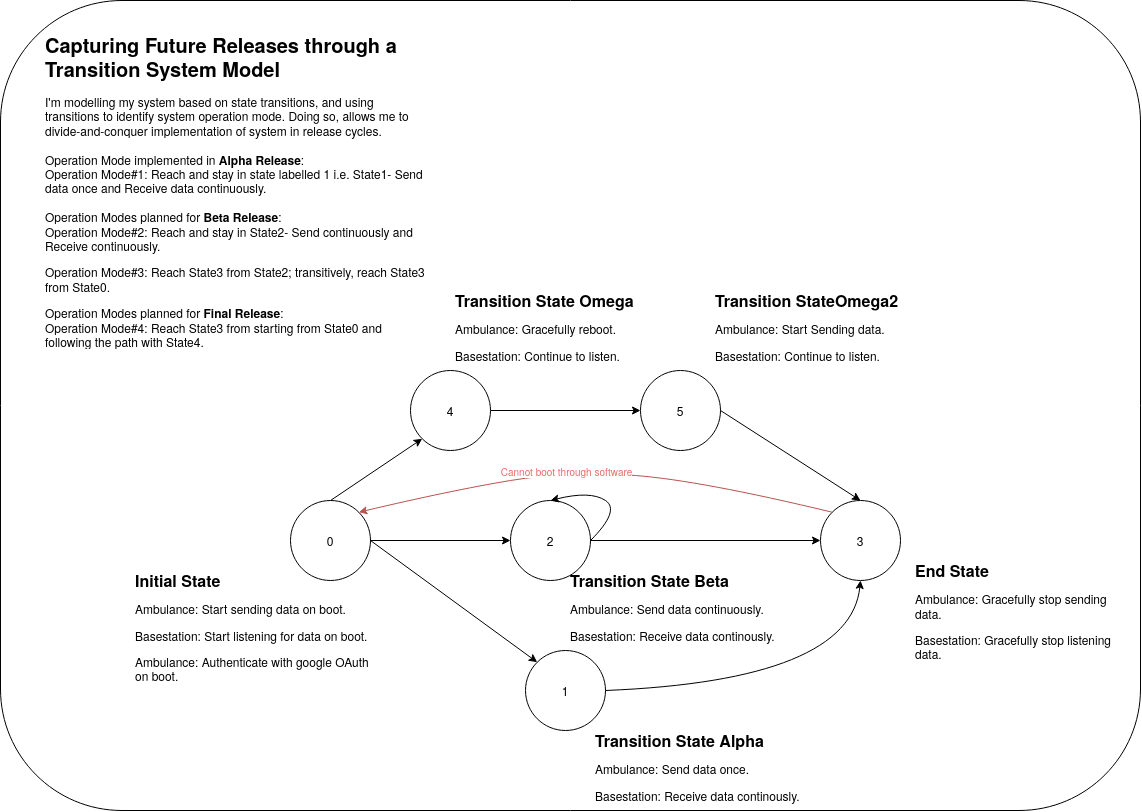
Earlier version of the draw.io export docs/gate4-systemhealthreporting/gate4_syshealth_images/im12.png (yoniblum/ENG4000-Team-A-F). Source tidied: cells renumbered, new cells last; positions are measured from the earlier drawing's top-left corner, leaving out a move shared by most shapes.
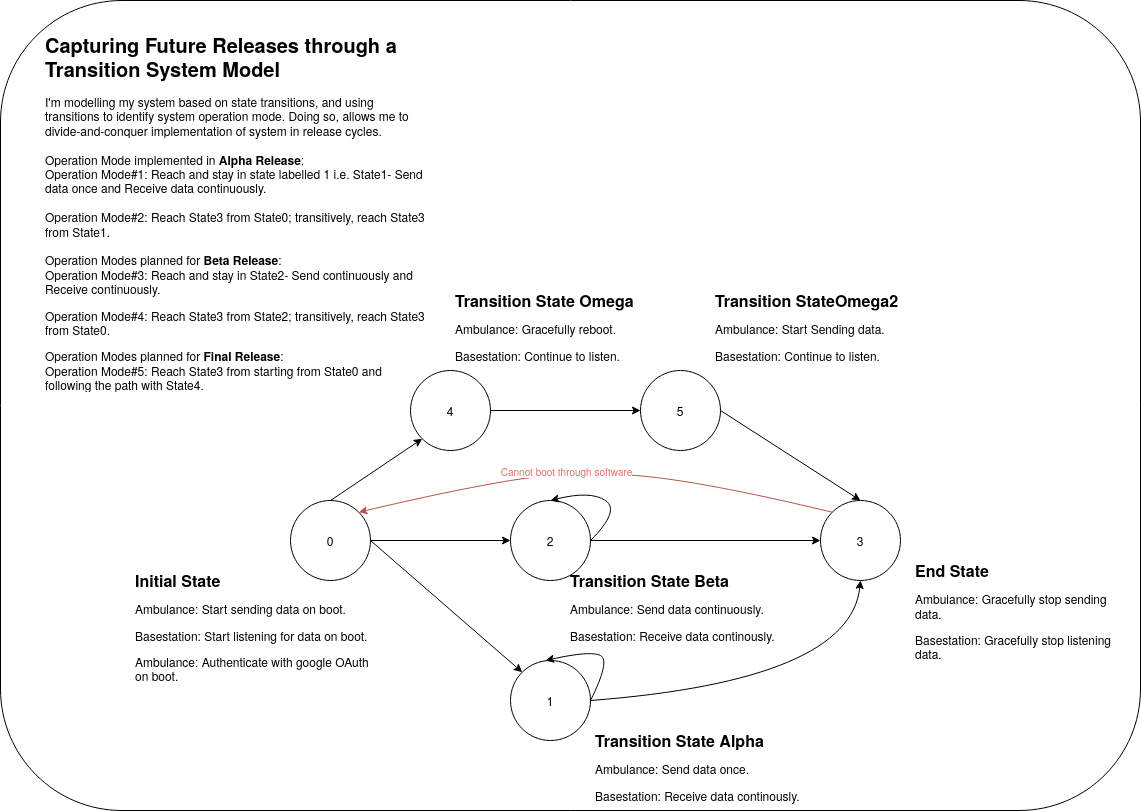
After the change.

Commit message:
updating system model

Change to the diagram source:
```diff
@@ -46,7 +46,7 @@
         <mxPoint x="-73.1" y="44.9" as="offset" />
       </mxGeometry>
     </mxCell>
-    <mxCell id="14" value="&lt;h1 style=&quot;font-size: 20px&quot;&gt;Capturing Future Releases through a Transition System Model&lt;/h1&gt;&lt;div&gt;I'm modelling my system based on state transitions, and using transitions to identify system operation mode. Doing so, allows me to divide-and-conquer implementation of system in release cycles.&lt;/div&gt;&lt;div&gt;&lt;br&gt;&lt;/div&gt;&lt;div&gt;Operation Mode implemented in &lt;b&gt;Alpha Release&lt;/b&gt;: &lt;br&gt;&lt;/div&gt;&lt;div&gt;Operation Mode#1: Reach and stay in state labelled 1 i.e. State1- Send data once and Receive data continuously.&lt;/div&gt;&lt;div&gt;&lt;br&gt;&lt;/div&gt;&lt;div&gt;Operation Modes planned for &lt;b&gt;Beta Release&lt;/b&gt;:&lt;br&gt;&lt;/div&gt;&lt;div&gt;Operation Mode#2: Reach and stay in State2- Send continuously and Receive continuously.&lt;br&gt;&lt;/div&gt;&lt;p&gt;Operation Mode#3: Reach State3 from State2; transitively, reach State3 from State0.&lt;/p&gt;&lt;div&gt;Operation Modes planned for &lt;b&gt;Final Release&lt;/b&gt;:&lt;br&gt;&lt;/div&gt;&lt;div&gt;Operation Mode#4: Reach State3 from starting from State0 and following the path with State4.&lt;/div&gt;" style="text;html=1;strokeColor=none;fillColor=none;spacing=5;spacingTop=-20;whiteSpace=wrap;overflow=hidden;rounded=0;" parent="1" vertex="1">
+    <mxCell id="14" value="&lt;h1 style=&quot;font-size: 20px&quot;&gt;Capturing Future Releases through a Transition System Model&lt;/h1&gt;&lt;div&gt;I'm modelling my system based on state transitions, and using transitions to identify system operation mode. Doing so, allows me to divide-and-conquer implementation of system in release cycles.&lt;/div&gt;&lt;div&gt;&lt;br&gt;&lt;/div&gt;&lt;div&gt;Operation Mode implemented in &lt;b&gt;Alpha Release&lt;/b&gt;: &lt;br&gt;&lt;/div&gt;&lt;div&gt;Operation Mode#1: Reach and stay in state labelled 1 i.e. State1- Send data once and Receive data continuously.&lt;/div&gt;&lt;div&gt;&lt;br&gt;&lt;/div&gt;&lt;div&gt;Operation Mode#2: Reach State3 from State0; transitively, reach State3 from State1.&lt;/div&gt;&lt;div&gt;&lt;br&gt;&lt;/div&gt;&lt;div&gt;Operation Modes planned for &lt;b&gt;Beta Release&lt;/b&gt;:&lt;br&gt;&lt;/div&gt;&lt;div&gt;Operation Mode#3: Reach and stay in State2- Send continuously and Receive continuously.&lt;br&gt;&lt;/div&gt;&lt;p&gt;Operation Mode#4: Reach State3 from State2; transitively, reach State3 from State0.&lt;/p&gt;&lt;div&gt;Operation Modes planned for &lt;b&gt;Final Release&lt;/b&gt;:&lt;br&gt;&lt;/div&gt;&lt;div&gt;Operation Mode#5: Reach State3 from starting from State0 and following the path with State4.&lt;/div&gt;" style="text;html=1;strokeColor=none;fillColor=none;spacing=5;spacingTop=-20;whiteSpace=wrap;overflow=hidden;rounded=0;" parent="1" vertex="1">
       <mxGeometry x="40" y="30" width="390" height="400" as="geometry" />
     </mxCell>
     <mxCell id="15" value="5" style="ellipse;whiteSpace=wrap;html=1;" parent="1" vertex="1">
@@ -76,7 +76,7 @@
       </mxGeometry>
     </mxCell>
     <mxCell id="22" value="1" style="ellipse;whiteSpace=wrap;html=1;" parent="1" vertex="1">
-      <mxGeometry x="525" y="650" width="80" height="80" as="geometry" />
+      <mxGeometry x="510" y="660" width="80" height="80" as="geometry" />
     </mxCell>
     <mxCell id="23" value="&lt;h1 style=&quot;font-size: 16px&quot;&gt;Transition State Alpha&lt;br&gt;&lt;/h1&gt;&lt;p&gt;Ambulance: Send data once.&lt;br&gt;&lt;/p&gt;&lt;p&gt;Basestation: Receive data continously.&lt;br&gt;&lt;/p&gt;" style="text;html=1;strokeColor=none;fillColor=none;spacing=5;spacingTop=-20;whiteSpace=wrap;overflow=hidden;rounded=0;" parent="1" vertex="1">
       <mxGeometry x="590" y="730" width="230" height="80" as="geometry" />
@@ -91,5 +91,13 @@
         </Array>
       </mxGeometry>
     </mxCell>
+    <mxCell id="26" style="curved=1;endArrow=classic;html=1;entryX=0.438;entryY=0;entryDx=0;entryDy=0;entryPerimeter=0;exitX=1;exitY=0.5;exitDx=0;exitDy=0;" parent="1" edge="1" source="22" target="22">
+      <mxGeometry relative="1" as="geometry">
+        <Array as="points">
+          <mxPoint x="610" y="660" />
+          <mxPoint x="590" y="650" />
+        </Array>
+      </mxGeometry>
+    </mxCell>
   </root>
 </mxGraphModel>
```
